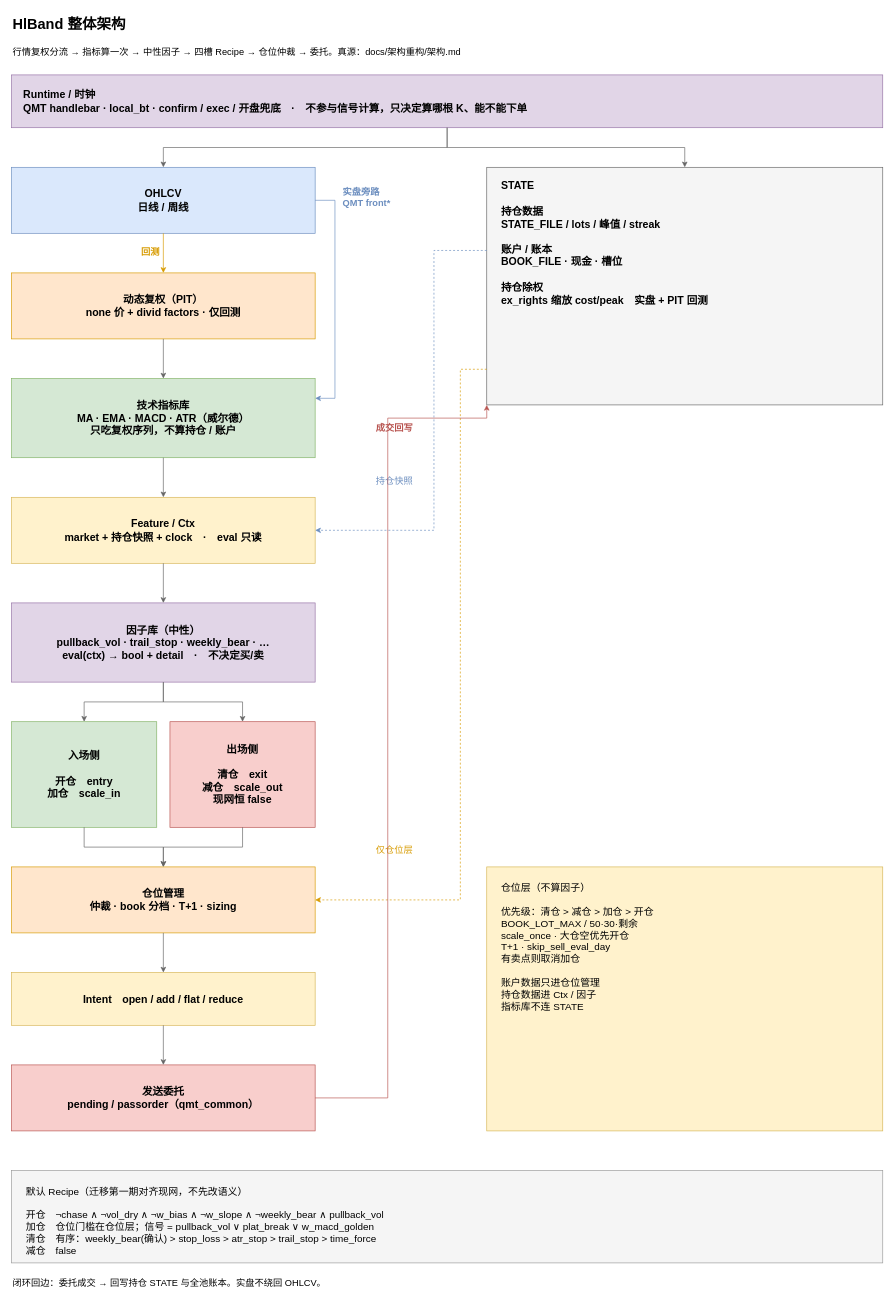
The draw.io diagram hongli_band/docs/架构重构/策略架构.drawio in vigo-wu/strategy-tracking, before the edit. Source tidied: cells renumbered, new cells numbered last; positions are measured from the earlier drawing's top-left corner, leaving out a move shared by most shapes. Both pictures are drawn from the tidied source at 66%, with x=0, y=0 at pixel (11, 11).
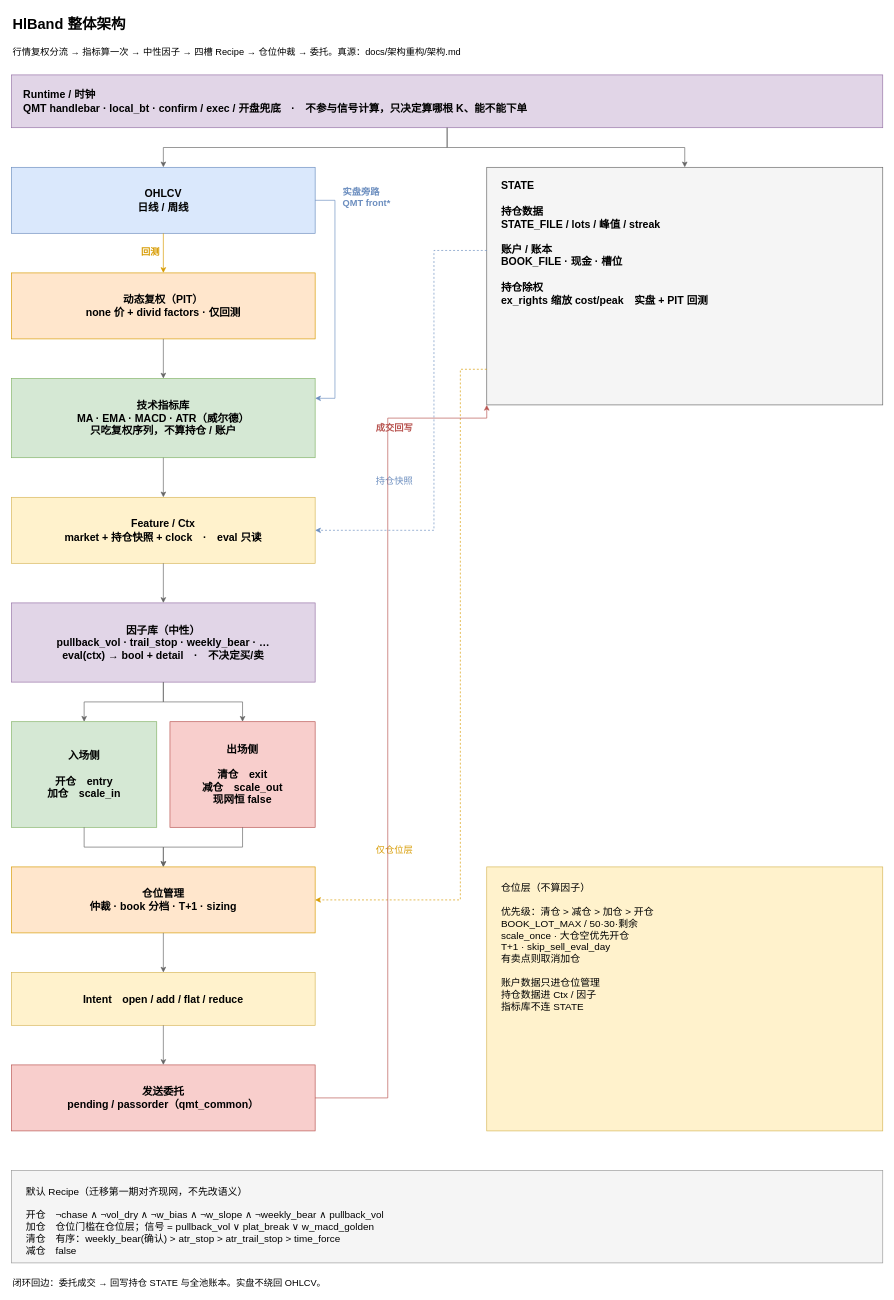
Above is the later version.

What changed in the source:
```diff
@@
-    <mxCell id="17" value="默认 Recipe（迁移第一期对齐现网，不先改语义）&lt;br&gt;&lt;br&gt;开仓　¬chase ∧ ¬vol_dry ∧ ¬w_bias ∧ ¬w_slope ∧ ¬weekly_bear ∧ pullback_vol&lt;br&gt;加仓　仓位门槛在仓位层；信号 = pullback_vol ∨ plat_break ∨ w_macd_golden&lt;br&gt;清仓　有序：weekly_bear(确认) &gt; stop_loss &gt; atr_stop &gt; trail_stop &gt; time_force&lt;br&gt;减仓　false" style="rounded=0;whiteSpace=wrap;html=1;align=left;verticalAlign=top;fillColor=#f5f5f5;strokeColor=#999999;spacingLeft=20;spacingTop=16;spacingRight=16;fontSize=15;fontFamily=Microsoft YaHei;" parent="1" vertex="1">
+    <mxCell id="17" value="默认 Recipe（迁移第一期对齐现网，不先改语义）&lt;br&gt;&lt;br&gt;开仓　¬chase ∧ ¬vol_dry ∧ ¬w_bias ∧ ¬w_slope ∧ ¬weekly_bear ∧ pullback_vol&lt;br&gt;加仓　仓位门槛在仓位层；信号 = pullback_vol ∨ plat_break ∨ w_macd_golden&lt;br&gt;清仓　有序：weekly_bear(确认) &gt; atr_stop &gt; atr_trail_stop &gt; time_force&lt;br&gt;减仓　false" style="rounded=0;whiteSpace=wrap;html=1;align=left;verticalAlign=top;fillColor=#f5f5f5;strokeColor=#999999;spacingLeft=20;spacingTop=16;spacingRight=16;fontSize=15;fontFamily=Microsoft YaHei;" parent="1" vertex="1">
       <mxGeometry y="1756" width="1320" height="140" as="geometry" />
     </mxCell>
```
